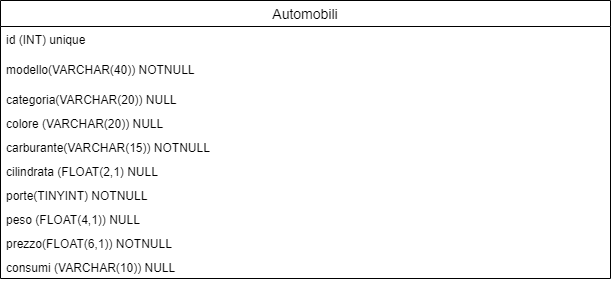
Before: diag.png, a diagram exported from draw.io (ser911/db-first). Source tidied: cells renumbered, new cells last; positions are measured from the earlier drawing's top-left corner, leaving out a move shared by most shapes. Source of this version:
```xml
<mxGraphModel>
  <root>
    <mxCell id="0" />
    <mxCell id="1" parent="0" />
    <mxCell id="2" value="Automobili" style="swimlane;fontStyle=0;horizontal=1;startSize=26;align=center;fontSize=14;" parent="1" vertex="1">
      <mxGeometry width="610" height="278" as="geometry" />
    </mxCell>
    <mxCell id="3" value="id (INT) unique" style="text;strokeColor=none;fillColor=none;spacingLeft=4;spacingRight=4;overflow=hidden;fontSize=12;" parent="2" vertex="1">
      <mxGeometry y="26" width="610" height="30" as="geometry" />
    </mxCell>
    <mxCell id="4" value="modello(VARCHAR(40)) NOTNULL" style="text;strokeColor=none;fillColor=none;spacingLeft=4;spacingRight=4;overflow=hidden;fontSize=12;" parent="2" vertex="1">
      <mxGeometry y="56" width="610" height="30" as="geometry" />
    </mxCell>
    <mxCell id="5" value="categoria(VARCHAR(20)) NULL&#10;&#10; " style="text;strokeColor=none;fillColor=none;spacingLeft=4;spacingRight=4;overflow=hidden;fontSize=12;" parent="2" vertex="1">
      <mxGeometry y="86" width="610" height="24" as="geometry" />
    </mxCell>
    <mxCell id="6" value="colore (VARCHAR(20)) NULL" style="text;strokeColor=none;fillColor=none;spacingLeft=4;spacingRight=4;overflow=hidden;fontSize=12;" parent="2" vertex="1">
      <mxGeometry y="110" width="610" height="24" as="geometry" />
    </mxCell>
    <mxCell id="7" value="carburante(VARCHAR(15)) NOTNULL" style="text;strokeColor=none;fillColor=none;spacingLeft=4;spacingRight=4;overflow=hidden;fontSize=12;" parent="2" vertex="1">
      <mxGeometry y="134" width="610" height="24" as="geometry" />
    </mxCell>
    <mxCell id="8" value="cilindrata (FLOAT(2,1) NULL" style="text;strokeColor=none;fillColor=none;spacingLeft=4;spacingRight=4;overflow=hidden;fontSize=12;" parent="2" vertex="1">
      <mxGeometry y="158" width="610" height="24" as="geometry" />
    </mxCell>
    <mxCell id="9" value="porte(TINYINT) NOTNULL" style="text;strokeColor=none;fillColor=none;spacingLeft=4;spacingRight=4;overflow=hidden;fontSize=12;" parent="2" vertex="1">
      <mxGeometry y="182" width="610" height="24" as="geometry" />
    </mxCell>
    <mxCell id="10" value="peso (FLOAT(4,1)) NULL" style="text;strokeColor=none;fillColor=none;spacingLeft=4;spacingRight=4;overflow=hidden;fontSize=12;" parent="2" vertex="1">
      <mxGeometry y="206" width="610" height="24" as="geometry" />
    </mxCell>
    <mxCell id="11" value="prezzo(FLOAT(6,1)) NOTNULL" style="text;strokeColor=none;fillColor=none;spacingLeft=4;spacingRight=4;overflow=hidden;fontSize=12;" parent="2" vertex="1">
      <mxGeometry y="230" width="610" height="24" as="geometry" />
    </mxCell>
    <mxCell id="12" value="consumi (VARCHAR(10)) NULL" style="text;strokeColor=none;fillColor=none;spacingLeft=4;spacingRight=4;overflow=hidden;fontSize=12;" parent="2" vertex="1">
      <mxGeometry y="254" width="610" height="24" as="geometry" />
    </mxCell>
  </root>
</mxGraphModel>
```
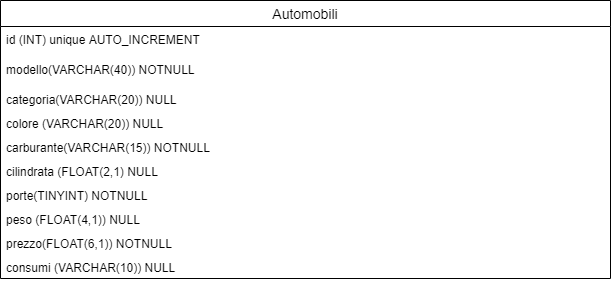
Later version of the same file.

What changed in the source:
```diff
@@ -5,7 +5,7 @@
     <mxCell id="2" value="Automobili" style="swimlane;fontStyle=0;horizontal=1;startSize=26;align=center;fontSize=14;" parent="1" vertex="1">
       <mxGeometry width="610" height="278" as="geometry" />
     </mxCell>
-    <mxCell id="3" value="id (INT) unique" style="text;strokeColor=none;fillColor=none;spacingLeft=4;spacingRight=4;overflow=hidden;fontSize=12;" parent="2" vertex="1">
+    <mxCell id="3" value="id (INT) unique AUTO_INCREMENT" style="text;strokeColor=none;fillColor=none;spacingLeft=4;spacingRight=4;overflow=hidden;fontSize=12;" parent="2" vertex="1">
       <mxGeometry y="26" width="610" height="30" as="geometry" />
     </mxCell>
     <mxCell id="4" value="modello(VARCHAR(40)) NOTNULL" style="text;strokeColor=none;fillColor=none;spacingLeft=4;spacingRight=4;overflow=hidden;fontSize=12;" parent="2" vertex="1">
```
